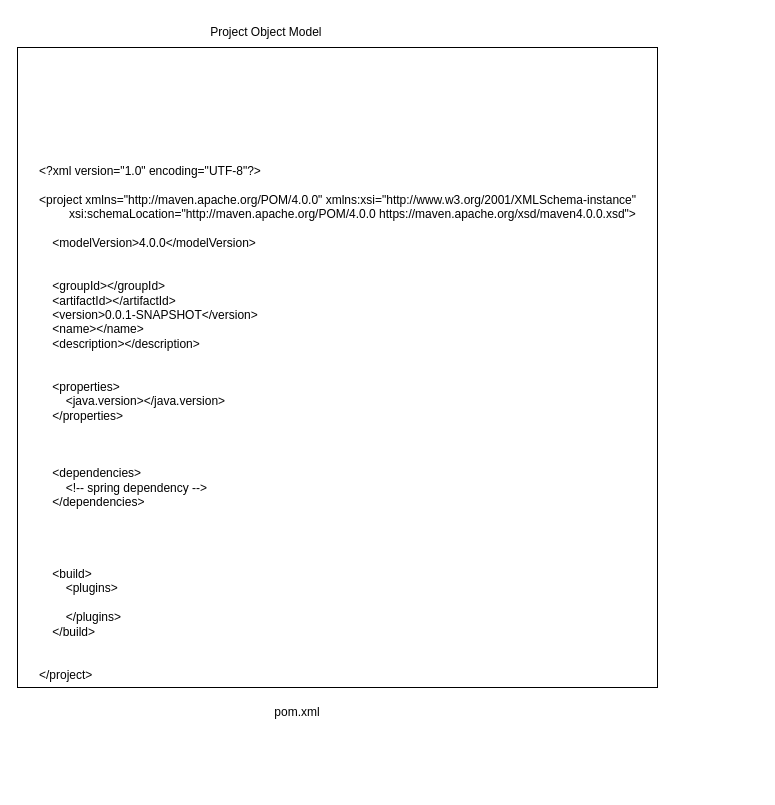
This is page "Page-2" (2 of 4) of maven.drawio from fasalgithub/SpringBootAI, a draw.io file, before an edit. Source tidied: cells renumbered, new cells numbered last; positions are measured from the earlier drawing's top-left corner, leaving out a move shared by most shapes. Both pictures are drawn from the tidied source at 100%, with x=0, y=0 at pixel (17, 17).
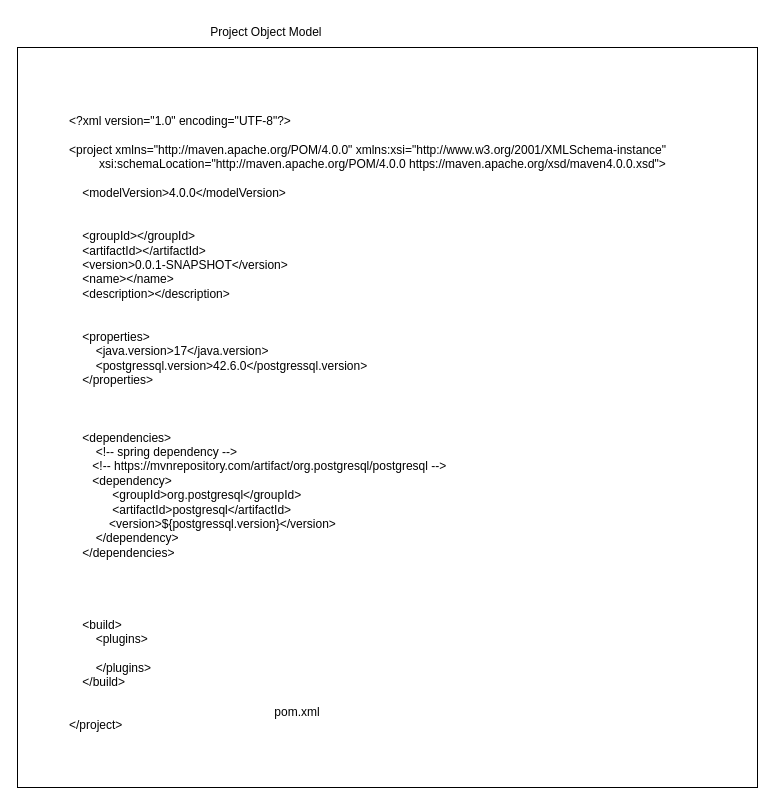
Above is the later version.

What changed in the source:
```diff
@@
 <mxGraphModel>
   <root>
     <mxCell id="0" />
     <mxCell id="1" parent="0" />
     <mxCell id="2" style="whiteSpace=wrap;html=1;" parent="1" vertex="1">
-      <mxGeometry y="30" width="640" height="640" as="geometry" />
+      <mxGeometry y="30" width="740" height="740" as="geometry" />
     </mxCell>
-    <mxCell id="3" value="&lt;?xml version=&quot;1.0&quot; encoding=&quot;UTF-8&quot;?&gt;&#10;&#10;&lt;project xmlns=&quot;http://maven.apache.org/POM/4.0.0&quot; xmlns:xsi=&quot;http://www.w3.org/2001/XMLSchema-instance&quot;&#10;         xsi:schemaLocation=&quot;http://maven.apache.org/POM/4.0.0 https://maven.apache.org/xsd/maven4.0.0.xsd&quot;&gt;&#10;    &#10;    &lt;modelVersion&gt;4.0.0&lt;/modelVersion&gt;&#10;&#10;&#10;    &lt;groupId&gt;&lt;/groupId&gt;&#10;    &lt;artifactId&gt;&lt;/artifactId&gt;&#10;    &lt;version&gt;0.0.1-SNAPSHOT&lt;/version&gt;&#10;    &lt;name&gt;&lt;/name&gt;&#10;    &lt;description&gt;&lt;/description&gt;&#10;&#10;&#10;    &lt;properties&gt;&#10;        &lt;java.version&gt;&lt;/java.version&gt;&#10;    &lt;/properties&gt;&#10;    &#10;&#10;&#10;    &lt;dependencies&gt;&#10;        &lt;!-- spring dependency --&gt;&#10;    &lt;/dependencies&gt;&#10;&#10;&#10;&#10;&#10;    &lt;build&gt;&#10;        &lt;plugins&gt;&#10;    &#10;        &lt;/plugins&gt;&#10;    &lt;/build&gt;&#10;&#10;&#10;&lt;/project&gt;" style="text;whiteSpace=wrap;" parent="1" vertex="1">
-      <mxGeometry x="20" y="140" width="600" height="560" as="geometry" />
+    <mxCell id="3" value="&lt;?xml version=&quot;1.0&quot; encoding=&quot;UTF-8&quot;?&gt;&#10;&#10;&lt;project xmlns=&quot;http://maven.apache.org/POM/4.0.0&quot; xmlns:xsi=&quot;http://www.w3.org/2001/XMLSchema-instance&quot;&#10;         xsi:schemaLocation=&quot;http://maven.apache.org/POM/4.0.0 https://maven.apache.org/xsd/maven4.0.0.xsd&quot;&gt;&#10;    &#10;    &lt;modelVersion&gt;4.0.0&lt;/modelVersion&gt;&#10;&#10;&#10;    &lt;groupId&gt;&lt;/groupId&gt;&#10;    &lt;artifactId&gt;&lt;/artifactId&gt;&#10;    &lt;version&gt;0.0.1-SNAPSHOT&lt;/version&gt;&#10;    &lt;name&gt;&lt;/name&gt;&#10;    &lt;description&gt;&lt;/description&gt;&#10;&#10;&#10;    &lt;properties&gt;&#10;        &lt;java.version&gt;17&lt;/java.version&gt;&#10;        &lt;postgressql.version&gt;42.6.0&lt;/postgressql.version&gt;&#10;    &lt;/properties&gt;&#10;    &#10;&#10;&#10;    &lt;dependencies&gt;&#10;        &lt;!-- spring dependency --&gt;&#10;       &lt;!-- https://mvnrepository.com/artifact/org.postgresql/postgresql --&gt;&#10;       &lt;dependency&gt;&#10;             &lt;groupId&gt;org.postgresql&lt;/groupId&gt;&#10;             &lt;artifactId&gt;postgresql&lt;/artifactId&gt;&#10;            &lt;version&gt;${postgressql.version}&lt;/version&gt;&#10;        &lt;/dependency&gt;&#10;    &lt;/dependencies&gt;&#10;&#10;&#10;&#10;&#10;    &lt;build&gt;&#10;        &lt;plugins&gt;&#10;    &#10;        &lt;/plugins&gt;&#10;    &lt;/build&gt;&#10;&#10;&#10;&lt;/project&gt;" style="text;whiteSpace=wrap;" parent="1" vertex="1">
+      <mxGeometry x="50" y="90" width="600" height="560" as="geometry" />
     </mxCell>
     <mxCell id="4" value="Project Object Model&amp;nbsp;" style="text;html=1;align=center;verticalAlign=middle;strokeColor=none;fillColor=none;" parent="1" vertex="1">
       <mxGeometry x="180" width="140" height="30" as="geometry" />
     </mxCell>
     <mxCell id="5" value="pom.xml" style="text;html=1;strokeColor=none;fillColor=none;align=center;verticalAlign=middle;whiteSpace=wrap;rounded=0;" parent="1" vertex="1">
       <mxGeometry x="250" y="680" width="60" height="30" as="geometry" />
     </mxCell>
   </root>
 </mxGraphModel>
```
